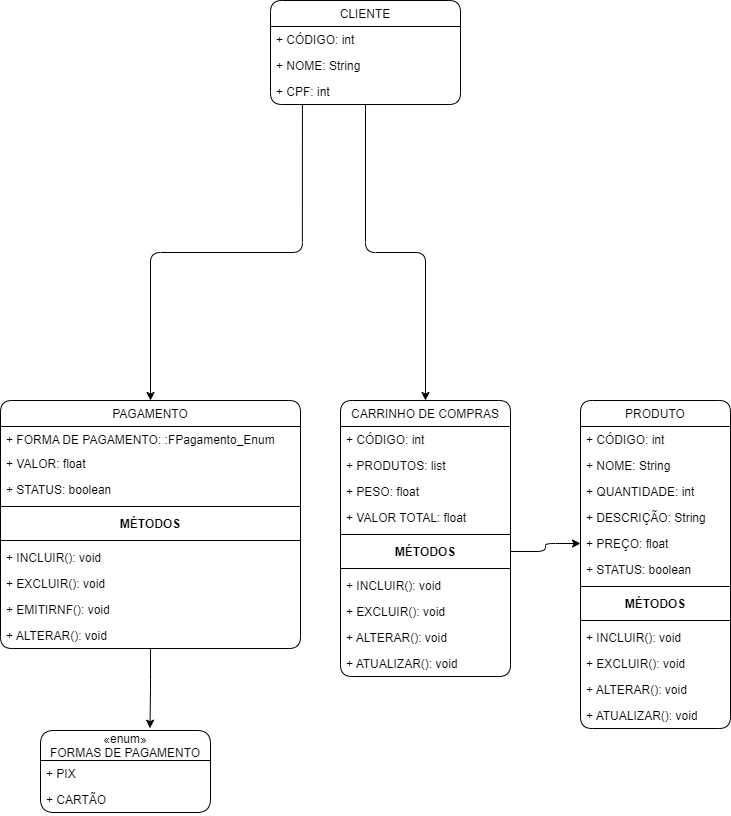
This is Untitled Diagram.drawio.png from joao100101/Engenharia-De-Software, a draw.io export, as it was before one commit. Source tidied: cells renumbered, new cells last; positions are measured from the earlier drawing's top-left corner, leaving out a move shared by most shapes.
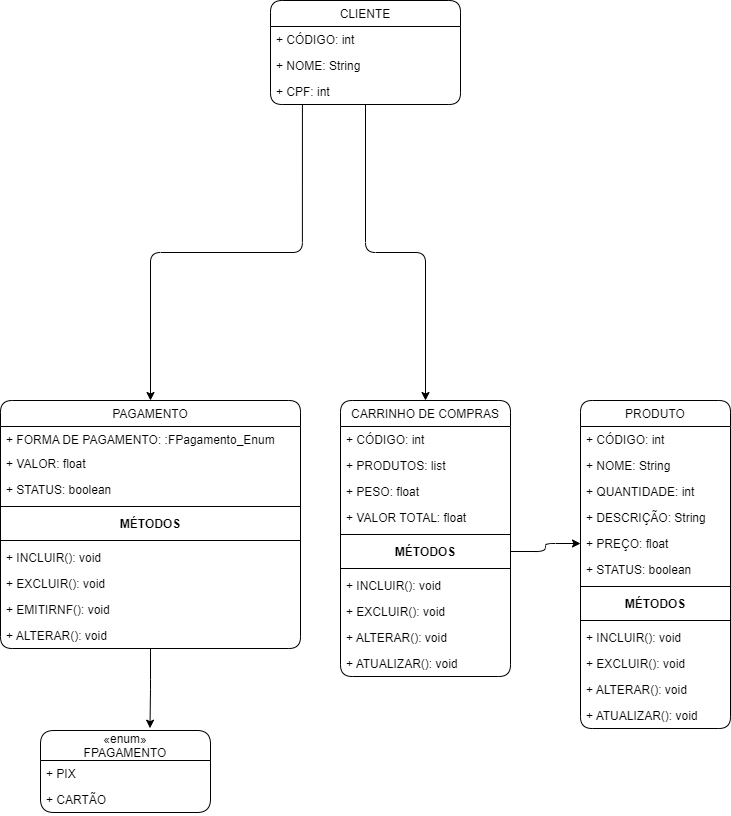
Above is the later version.

What changed in the source:
```diff
@@ -134,7 +134,7 @@
     <mxCell id="45" value="+ ALTERAR(): void" style="text;strokeColor=none;fillColor=none;align=left;verticalAlign=top;spacingLeft=4;spacingRight=4;overflow=hidden;rounded=1;" parent="35" vertex="1">
       <mxGeometry y="222" width="300" height="26" as="geometry" />
     </mxCell>
-    <mxCell id="46" value="«enum»&#10;FORMAS DE PAGAMENTO" style="swimlane;fontStyle=0;horizontal=1;startSize=30;fillColor=none;rounded=1;" parent="1" vertex="1">
+    <mxCell id="46" value="«enum»&#10;FPAGAMENTO" style="swimlane;fontStyle=0;horizontal=1;startSize=30;fillColor=none;rounded=1;" parent="1" vertex="1">
       <mxGeometry x="40" y="730" width="170" height="82" as="geometry" />
     </mxCell>
     <mxCell id="47" value="+ PIX" style="text;strokeColor=none;fillColor=none;align=left;verticalAlign=top;spacingLeft=4;spacingRight=4;overflow=hidden;rounded=1;" parent="46" vertex="1">
```
